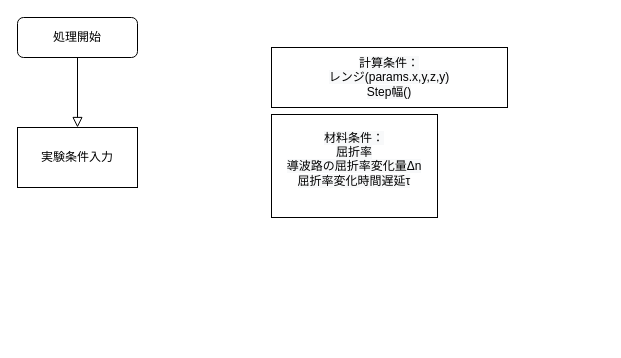
Above: 3D_FD_ADI_BPM.drawio in ktoyoda/3D_BeamPropagateMethod (draw.io), before the change. Source tidied: cells renumbered, new cells numbered last; positions are measured from the earlier drawing's top-left corner, leaving out a move shared by most shapes. Both pictures are drawn from the tidied source at 100%, with x=0, y=0 at pixel (17, 17).
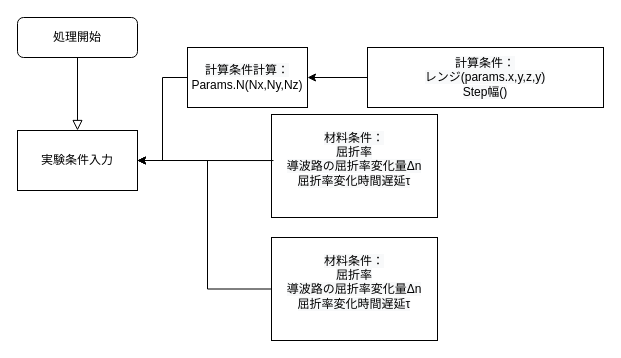
The same page after the edit.

The edit, as a diff of the source:
```diff
@@
 <mxGraphModel>
   <root>
     <mxCell id="0" />
     <mxCell id="1" parent="0" />
     <mxCell id="2" style="rounded=0;html=1;jettySize=auto;fontSize=11;endArrow=block;endFill=0;endSize=8;strokeWidth=1;shadow=0;labelBackgroundColor=none;edgeStyle=orthogonalEdgeStyle;entryX=0.5;entryY=0;entryDx=0;entryDy=0;" parent="1" edge="1" source="3" target="4">
       <mxGeometry relative="1" as="geometry" />
     </mxCell>
     <mxCell id="3" value="処理開始" style="rounded=1;whiteSpace=wrap;html=1;fontSize=12;glass=0;strokeWidth=1;shadow=0;" parent="1" vertex="1">
       <mxGeometry width="120" height="40" as="geometry" />
     </mxCell>
     <mxCell id="4" value="実験条件入力" style="rounded=0;whiteSpace=wrap;html=1;" parent="1" vertex="1">
-      <mxGeometry y="110" width="120" height="60" as="geometry" />
+      <mxGeometry y="113" width="120" height="60" as="geometry" />
     </mxCell>
+    <mxCell id="7" style="edgeStyle=orthogonalEdgeStyle;rounded=0;jettySize=auto;html=1;exitX=0;exitY=0.5;exitDx=0;exitDy=0;" parent="1" edge="1" source="5">
+      <mxGeometry relative="1" as="geometry">
+        <mxPoint x="290" y="60" as="targetPoint" />
+      </mxGeometry>
+    </mxCell>
     <mxCell id="5" value="&lt;span style=&quot;color: rgb(0 , 0 , 0) ; font-family: &amp;#34;helvetica&amp;#34; ; font-size: 12px ; font-style: normal ; font-weight: 400 ; letter-spacing: normal ; text-align: center ; text-indent: 0px ; text-transform: none ; word-spacing: 0px ; background-color: rgb(248 , 249 , 250) ; display: inline ; float: none&quot;&gt;計算条件：&lt;/span&gt;&lt;br style=&quot;color: rgb(0 , 0 , 0) ; font-family: &amp;#34;helvetica&amp;#34; ; font-size: 12px ; font-style: normal ; font-weight: 400 ; letter-spacing: normal ; text-align: center ; text-indent: 0px ; text-transform: none ; word-spacing: 0px ; background-color: rgb(248 , 249 , 250)&quot;&gt;&lt;span style=&quot;color: rgb(0 , 0 , 0) ; font-family: &amp;#34;helvetica&amp;#34; ; font-size: 12px ; font-style: normal ; font-weight: 400 ; letter-spacing: normal ; text-align: center ; text-indent: 0px ; text-transform: none ; word-spacing: 0px ; background-color: rgb(248 , 249 , 250) ; display: inline ; float: none&quot;&gt;レンジ(params.x,y,z,y)&lt;/span&gt;&lt;br style=&quot;color: rgb(0 , 0 , 0) ; font-family: &amp;#34;helvetica&amp;#34; ; font-size: 12px ; font-style: normal ; font-weight: 400 ; letter-spacing: normal ; text-align: center ; text-indent: 0px ; text-transform: none ; word-spacing: 0px ; background-color: rgb(248 , 249 , 250)&quot;&gt;&lt;span style=&quot;color: rgb(0 , 0 , 0) ; font-family: &amp;#34;helvetica&amp;#34; ; font-size: 12px ; font-style: normal ; font-weight: 400 ; letter-spacing: normal ; text-align: center ; text-indent: 0px ; text-transform: none ; word-spacing: 0px ; background-color: rgb(248 , 249 , 250) ; display: inline ; float: none&quot;&gt;Step幅()&lt;/span&gt;" style="rounded=0;whiteSpace=wrap;html=1;" parent="1" vertex="1">
-      <mxGeometry x="254" y="30" width="236" height="60" as="geometry" />
+      <mxGeometry x="350" y="30" width="236" height="60" as="geometry" />
     </mxCell>
     <mxCell id="6" value="&lt;span style=&quot;color: rgb(0 , 0 , 0) ; font-family: &amp;#34;helvetica&amp;#34; ; font-size: 12px ; font-style: normal ; font-weight: 400 ; letter-spacing: normal ; text-align: center ; text-indent: 0px ; text-transform: none ; word-spacing: 0px ; background-color: rgb(248 , 249 , 250) ; display: inline ; float: none&quot;&gt;材料条件：&lt;br&gt;屈折率&lt;br&gt;導波路の屈折率変化量Δn&lt;br&gt;屈折率変化時間遅延τ&lt;br&gt;&lt;br&gt;&lt;/span&gt;" style="rounded=0;whiteSpace=wrap;html=1;" parent="1" vertex="1">
       <mxGeometry x="254" y="97" width="166" height="103" as="geometry" />
     </mxCell>
+    <mxCell id="8" value="&lt;span style=&quot;color: rgb(0 , 0 , 0) ; font-family: &amp;#34;helvetica&amp;#34; ; font-size: 12px ; font-style: normal ; font-weight: 400 ; letter-spacing: normal ; text-align: center ; text-indent: 0px ; text-transform: none ; word-spacing: 0px ; background-color: rgb(248 , 249 , 250) ; display: inline ; float: none&quot;&gt;計算条件計算：&lt;br&gt;&lt;/span&gt;Params.N(Nx,Ny,Nz)" style="rounded=0;whiteSpace=wrap;html=1;" parent="1" vertex="1">
+      <mxGeometry x="170" y="30" width="120" height="60" as="geometry" />
+    </mxCell>
+    <mxCell id="9" style="edgeStyle=elbowEdgeStyle;elbow=horizontal;endArrow=classic;html=1;rounded=0;exitX=0;exitY=0.5;exitDx=0;exitDy=0;entryX=1;entryY=0.5;entryDx=0;entryDy=0;" parent="1" edge="1" source="8" target="4">
+      <mxGeometry relative="1" as="geometry" />
+    </mxCell>
+    <mxCell id="10" style="endArrow=classic;html=1;rounded=0;exitX=0.012;exitY=0.447;exitDx=0;exitDy=0;exitPerimeter=0;entryX=1;entryY=0.5;entryDx=0;entryDy=0;" parent="1" edge="1" source="6" target="4">
+      <mxGeometry relative="1" as="geometry" />
+    </mxCell>
+    <mxCell id="11" value="&lt;span style=&quot;color: rgb(0 , 0 , 0) ; font-family: &amp;#34;helvetica&amp;#34; ; font-size: 12px ; font-style: normal ; font-weight: 400 ; letter-spacing: normal ; text-align: center ; text-indent: 0px ; text-transform: none ; word-spacing: 0px ; background-color: rgb(248 , 249 , 250) ; display: inline ; float: none&quot;&gt;材料条件：&lt;br&gt;屈折率&lt;br&gt;導波路の屈折率変化量Δn&lt;br&gt;屈折率変化時間遅延τ&lt;br&gt;&lt;br&gt;&lt;/span&gt;" style="rounded=0;whiteSpace=wrap;html=1;" parent="1" vertex="1">
+      <mxGeometry x="254" y="220" width="166" height="103" as="geometry" />
+    </mxCell>
+    <mxCell id="12" style="edgeStyle=elbowEdgeStyle;elbow=horizontal;endArrow=classic;html=1;rounded=0;exitX=0;exitY=0.5;exitDx=0;exitDy=0;entryX=1;entryY=0.5;entryDx=0;entryDy=0;" parent="1" edge="1" source="11" target="4">
+      <mxGeometry relative="1" as="geometry">
+        <Array as="points">
+          <mxPoint x="190" y="220" />
+        </Array>
+      </mxGeometry>
+    </mxCell>
   </root>
 </mxGraphModel>
```
